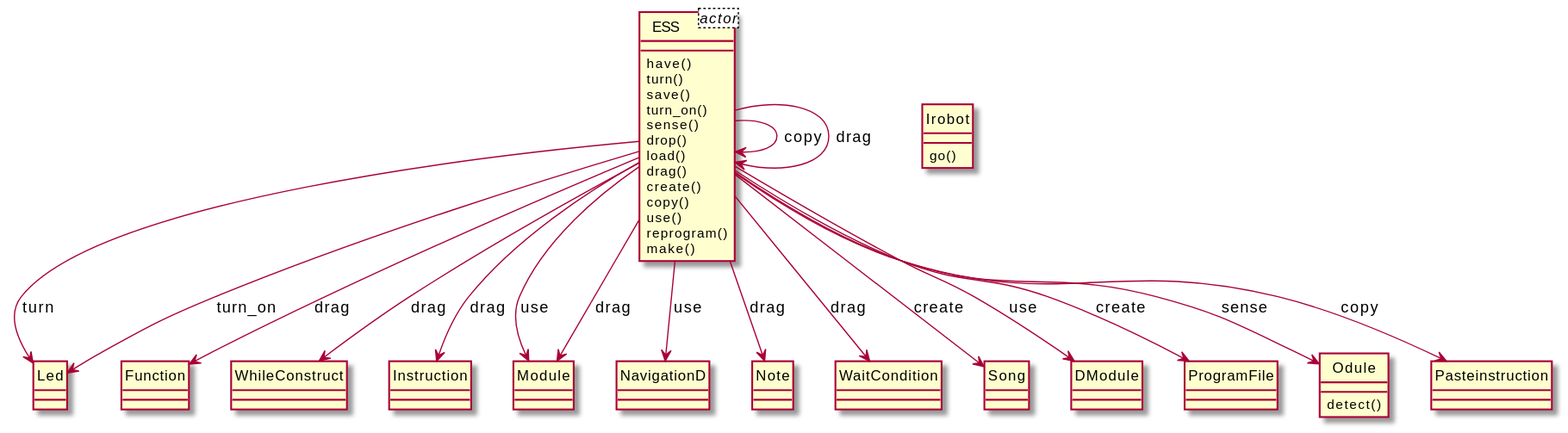
The PlantUML diagram output/diagram_5/2014-USC-Project07.svg in xixixhalu/DomainModelExtractor, before a commit.
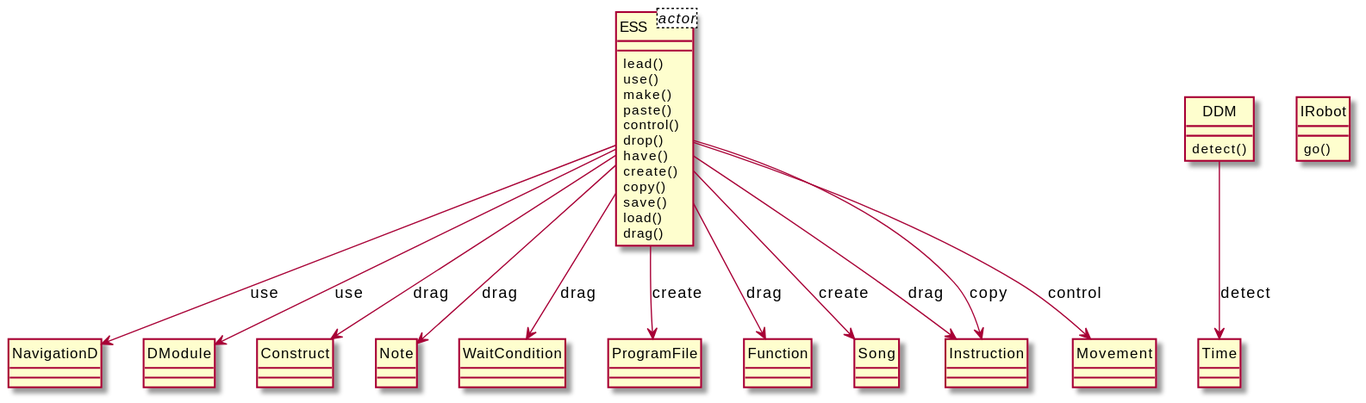
The same file after the commit.

Diff of the diagram source:
```diff
@@ -3,65 +3,57 @@
 class ESS<actor> {
 }
 class ESS {
+	lead()
+	use()
+	make()
+	paste()
+	control()
+	drop()
 	have()
-	turn()
+	create()
+	copy()
 	save()
-	turn_on()
-	sense()
-	drop()
 	load()
 	drag()
-	create()
-	copy()
-	use()
-	reprogram()
-	make()
 }
-class Led {
+class NavigationD {
+}
+class DDM {
+	detect()
+}
+class Time {
+}
+class DModule {
+}
+class Construct {
+}
+class Note {
+}
+class IRobot {
+	go()
+}
+class WaitCondition {
+}
+class ProgramFile {
 }
 class Function {
 }
-class WhileConstruct {
+class Song {
 }
 class Instruction {
 }
-class Irobot {
-	go()
+class Movement {
 }
-class Module {
-}
-class NavigationD {
-}
-class Note {
-}
-class WaitCondition {
-}
-class Song {
-}
-class DModule {
-}
-class ProgramFile {
-}
-class Odule {
-	detect()
-}
-class Pasteinstruction {
-}
+ESS --> ProgramFile : create
 ESS --> Note : drag
-ESS --> Pasteinstruction : copy
-ESS --> ESS : copy
-ESS --> Module : use
-ESS --> WhileConstruct : drag
-ESS --> Module : drag
-ESS --> Led : turn
+ESS --> Instruction : drag
 ESS --> DModule : use
-ESS --> ProgramFile : create
-ESS --> Instruction : drag
+ESS --> NavigationD : use
+ESS --> Function : drag
+ESS --> Movement : control
 ESS --> WaitCondition : drag
-ESS --> Odule : sense
-ESS --> NavigationD : use
-ESS --> ESS : drag
-ESS --> Function : drag
+ESS --> Construct : drag
 ESS --> Song : create
-ESS --> Led : turn_on
+ESS --> Instruction : copy
+DDM --> Time : detect
 @enduml
```
